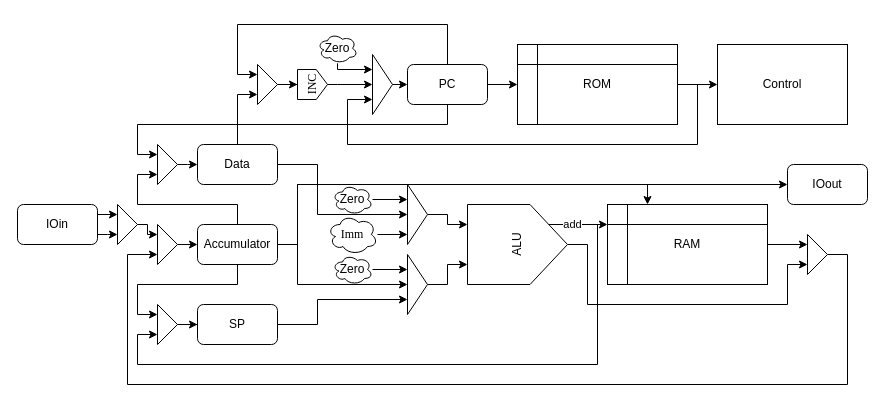
Above: Design/datapath.drawio in LithosphereRocketry/Nandy (draw.io), before the change. Source tidied: cells renumbered, new cells numbered last; positions are measured from the earlier drawing's top-left corner, leaving out a move shared by most shapes. Both pictures are drawn from the tidied source at 100%, with x=0, y=0 at pixel (17, 24).
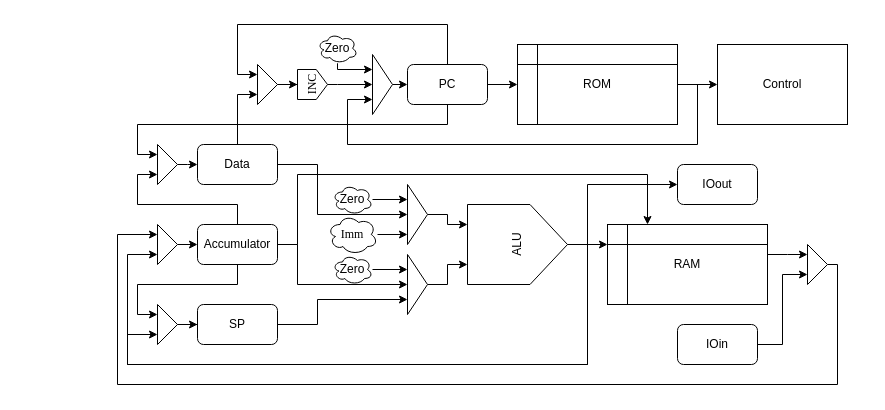
The same page after the edit.

Commit message (it also covers changes not shown here):
More guide stuff, added a few instructions

Unchanged cells that the change refers to:
```xml
<mxCell id="7" value="&lt;div&gt;Accumulator&lt;/div&gt;" style="rounded=1;whiteSpace=wrap;html=1;" parent="1" vertex="1">
  <mxGeometry x="180" y="200" width="80" height="40" as="geometry" />
</mxCell>
<mxCell id="34" value="&lt;font face=&quot;Helvetica&quot;&gt;ALU&lt;/font&gt;" style="shape=offPageConnector;whiteSpace=wrap;html=1;fontFamily=Times New Roman;rotation=-90;" parent="1" vertex="1">
  <mxGeometry x="460" y="170" width="80" height="100" as="geometry" />
</mxCell>
<mxCell id="39" style="triangle;whiteSpace=wrap;html=1;" parent="1" vertex="1">
  <mxGeometry x="140" y="280" width="20" height="40" as="geometry" />
</mxCell>
```

Change to the diagram source:
```diff
@@
     <mxCell id="5" style="edgeStyle=orthogonalEdgeStyle;rounded=0;jettySize=auto;html=1;entryX=0.25;entryY=0;entryDx=0;entryDy=0;" parent="1" edge="1" source="7" target="25">
       <mxGeometry relative="1" as="geometry">
         <Array as="points">
           <mxPoint x="280" y="220" />
-          <mxPoint x="280" y="160" />
-          <mxPoint x="630" y="160" />
+          <mxPoint x="280" y="150" />
+          <mxPoint x="630" y="150" />
         </Array>
       </mxGeometry>
     </mxCell>
-    <mxCell id="6" style="edgeStyle=orthogonalEdgeStyle;rounded=0;jettySize=auto;html=1;entryX=0;entryY=0.5;entryDx=0;entryDy=0;" parent="1" edge="1" source="7" target="56">
-      <mxGeometry relative="1" as="geometry">
-        <Array as="points">
-          <mxPoint x="280" y="220" />
-          <mxPoint x="280" y="160" />
-        </Array>
-      </mxGeometry>
-    </mxCell>
@@
-    <mxCell id="11" value="add" style="edgeStyle=orthogonalEdgeStyle;rounded=0;jettySize=auto;html=1;exitX=0.75;exitY=0.7;exitDx=0;exitDy=0;entryX=0;entryY=0.25;entryDx=0;entryDy=0;exitPerimeter=0;" parent="1" edge="1" source="34" target="25">
-      <mxGeometry relative="1" as="geometry" />
-    </mxCell>
-    <mxCell id="12" style="edgeStyle=orthogonalEdgeStyle;rounded=0;jettySize=auto;html=1;exitX=0.5;exitY=1;exitDx=0;exitDy=0;entryX=0;entryY=0.75;entryDx=0;entryDy=0;" parent="1" edge="1" source="34" target="16">
+    <mxCell id="12" style="edgeStyle=orthogonalEdgeStyle;rounded=0;jettySize=auto;html=1;exitX=0.5;exitY=1;exitDx=0;exitDy=0;entryX=0;entryY=0.75;entryDx=0;entryDy=0;" parent="1" edge="1" source="34" target="51">
       <mxGeometry relative="1" as="geometry">
         <Array as="points">
           <mxPoint x="570" y="220" />
-          <mxPoint x="570" y="280" />
-          <mxPoint x="770" y="280" />
-          <mxPoint x="770" y="240" />
+          <mxPoint x="570" y="340" />
+          <mxPoint x="110" y="340" />
+          <mxPoint x="110" y="230" />
         </Array>
       </mxGeometry>
     </mxCell>
@@
-    <mxCell id="15" style="edgeStyle=orthogonalEdgeStyle;rounded=0;jettySize=auto;html=1;entryX=0;entryY=0.75;entryDx=0;entryDy=0;" parent="1" edge="1" source="16">
-      <mxGeometry relative="1" as="geometry">
-        <mxPoint x="140" y="230" as="targetPoint" />
-        <Array as="points">
-          <mxPoint x="830" y="230" />
-          <mxPoint x="830" y="360" />
-          <mxPoint x="110" y="360" />
-          <mxPoint x="110" y="230" />
-        </Array>
-      </mxGeometry>
-    </mxCell>
-    <mxCell id="16" style="triangle;whiteSpace=wrap;html=1;" parent="1" vertex="1">
-      <mxGeometry x="790" y="210" width="20" height="40" as="geometry" />
-    </mxCell>
+    <mxCell id="59" style="edgeStyle=orthogonalEdgeStyle;rounded=0;jettySize=auto;html=1;entryX=0;entryY=0.75;entryDx=0;entryDy=0;exitX=0.5;exitY=1;exitDx=0;exitDy=0;" parent="1" edge="1" source="34" target="39">
+      <mxGeometry relative="1" as="geometry">
+        <Array as="points">
+          <mxPoint x="570" y="220" />
+          <mxPoint x="570" y="340" />
+          <mxPoint x="110" y="340" />
+          <mxPoint x="110" y="310" />
+        </Array>
+      </mxGeometry>
+    </mxCell>
@@
-    <mxCell id="24" style="edgeStyle=orthogonalEdgeStyle;rounded=0;jettySize=auto;html=1;entryX=0;entryY=0.25;entryDx=0;entryDy=0;" parent="1" edge="1" source="25" target="16">
-      <mxGeometry relative="1" as="geometry" />
-    </mxCell>
+    <mxCell id="60" style="edgeStyle=orthogonalEdgeStyle;rounded=0;jettySize=auto;html=1;entryX=0;entryY=0.25;entryDx=0;entryDy=0;exitX=1;exitY=0.5;exitDx=0;exitDy=0;" parent="1" edge="1" source="64" target="51">
+      <mxGeometry relative="1" as="geometry">
+        <Array as="points">
+          <mxPoint x="820" y="240" />
+          <mxPoint x="820" y="360" />
+          <mxPoint x="100" y="360" />
+          <mxPoint x="100" y="210" />
+        </Array>
+      </mxGeometry>
+    </mxCell>
+    <mxCell id="61" style="edgeStyle=orthogonalEdgeStyle;rounded=0;jettySize=auto;html=1;entryX=0;entryY=0.25;entryDx=0;entryDy=0;" parent="1" edge="1" source="25" target="64">
+      <mxGeometry relative="1" as="geometry">
+        <Array as="points">
+          <mxPoint x="770" y="230" />
+          <mxPoint x="770" y="230" />
+        </Array>
+      </mxGeometry>
+    </mxCell>
     <mxCell id="25" value="&lt;div&gt;RAM&lt;/div&gt;" style="shape=internalStorage;whiteSpace=wrap;html=1;backgroundOutline=1;" parent="1" vertex="1">
-      <mxGeometry x="590" y="180" width="160" height="80" as="geometry" />
+      <mxGeometry x="590" y="200" width="160" height="80" as="geometry" />
     </mxCell>
@@
-    <mxCell id="33" style="edgeStyle=orthogonalEdgeStyle;rounded=0;jettySize=auto;html=1;entryX=0;entryY=0.75;entryDx=0;entryDy=0;fontFamily=Helvetica;" parent="1" edge="1" target="39">
-      <mxGeometry y="10" relative="1" as="geometry">
-        <mxPoint x="570" y="200" as="sourcePoint" />
-        <Array as="points">
-          <mxPoint x="580" y="200" />
-          <mxPoint x="580" y="340" />
-          <mxPoint x="120" y="340" />
-          <mxPoint x="120" y="310" />
-        </Array>
-      </mxGeometry>
-    </mxCell>
+    <mxCell id="11" style="edgeStyle=orthogonalEdgeStyle;rounded=0;jettySize=auto;html=1;entryX=0;entryY=0.25;entryDx=0;entryDy=0;" parent="1" edge="1" source="34" target="25">
+      <mxGeometry relative="1" as="geometry" />
+    </mxCell>
+    <mxCell id="62" style="edgeStyle=orthogonalEdgeStyle;rounded=0;jettySize=auto;html=1;entryX=0;entryY=0.5;entryDx=0;entryDy=0;" parent="1" edge="1" source="34" target="56">
+      <mxGeometry relative="1" as="geometry">
+        <Array as="points">
+          <mxPoint x="570" y="220" />
+          <mxPoint x="570" y="160" />
+        </Array>
+      </mxGeometry>
+    </mxCell>
@@
-    <mxCell id="48" style="edgeStyle=orthogonalEdgeStyle;rounded=0;jettySize=auto;html=1;entryX=0;entryY=0.75;entryDx=0;entryDy=0;" parent="1" edge="1" source="50" target="58">
-      <mxGeometry relative="1" as="geometry">
-        <Array as="points">
-          <mxPoint x="90" y="210" />
-          <mxPoint x="90" y="210" />
-        </Array>
-      </mxGeometry>
-    </mxCell>
-    <mxCell id="49" style="edgeStyle=orthogonalEdgeStyle;rounded=0;jettySize=auto;html=1;exitX=1;exitY=0.25;exitDx=0;exitDy=0;entryX=0;entryY=0.25;entryDx=0;entryDy=0;" parent="1" edge="1" source="50" target="58">
-      <mxGeometry relative="1" as="geometry" />
-    </mxCell>
-    <mxCell id="50" value="IOin" style="rounded=1;whiteSpace=wrap;html=1;" parent="1" vertex="1">
-      <mxGeometry y="180" width="80" height="40" as="geometry" />
-    </mxCell>
-    <mxCell id="51" style="triangle;whiteSpace=wrap;html=1;" parent="1" vertex="1">
-      <mxGeometry x="140" y="200" width="20" height="40" as="geometry" />
-    </mxCell>
@@
     <mxCell id="56" value="&lt;div&gt;IOout&lt;/div&gt;" style="rounded=1;whiteSpace=wrap;html=1;" parent="1" vertex="1">
-      <mxGeometry x="770" y="140" width="80" height="40" as="geometry" />
+      <mxGeometry x="660" y="140" width="80" height="40" as="geometry" />
     </mxCell>
-    <mxCell id="57" style="edgeStyle=orthogonalEdgeStyle;rounded=0;jettySize=auto;html=1;entryX=0;entryY=0.25;entryDx=0;entryDy=0;" parent="1" edge="1" source="58" target="51">
-      <mxGeometry relative="1" as="geometry">
-        <Array as="points">
-          <mxPoint x="130" y="200" />
-          <mxPoint x="130" y="210" />
-        </Array>
-      </mxGeometry>
-    </mxCell>
-    <mxCell id="58" style="triangle;whiteSpace=wrap;html=1;" parent="1" vertex="1">
-      <mxGeometry x="100" y="180" width="20" height="40" as="geometry" />
-    </mxCell>
+    <mxCell id="63" style="edgeStyle=orthogonalEdgeStyle;rounded=0;jettySize=auto;html=1;entryX=0;entryY=0.75;entryDx=0;entryDy=0;" parent="1" edge="1" source="50" target="64">
+      <mxGeometry relative="1" as="geometry" />
+    </mxCell>
+    <mxCell id="50" value="IOin" style="rounded=1;whiteSpace=wrap;html=1;" parent="1" vertex="1">
+      <mxGeometry x="660" y="300" width="80" height="40" as="geometry" />
+    </mxCell>
+    <mxCell id="51" style="triangle;whiteSpace=wrap;html=1;" parent="1" vertex="1">
+      <mxGeometry x="140" y="200" width="20" height="40" as="geometry" />
+    </mxCell>
+    <mxCell id="64" style="triangle;whiteSpace=wrap;html=1;" parent="1" vertex="1">
+      <mxGeometry x="790" y="220" width="20" height="40" as="geometry" />
+    </mxCell>
```
